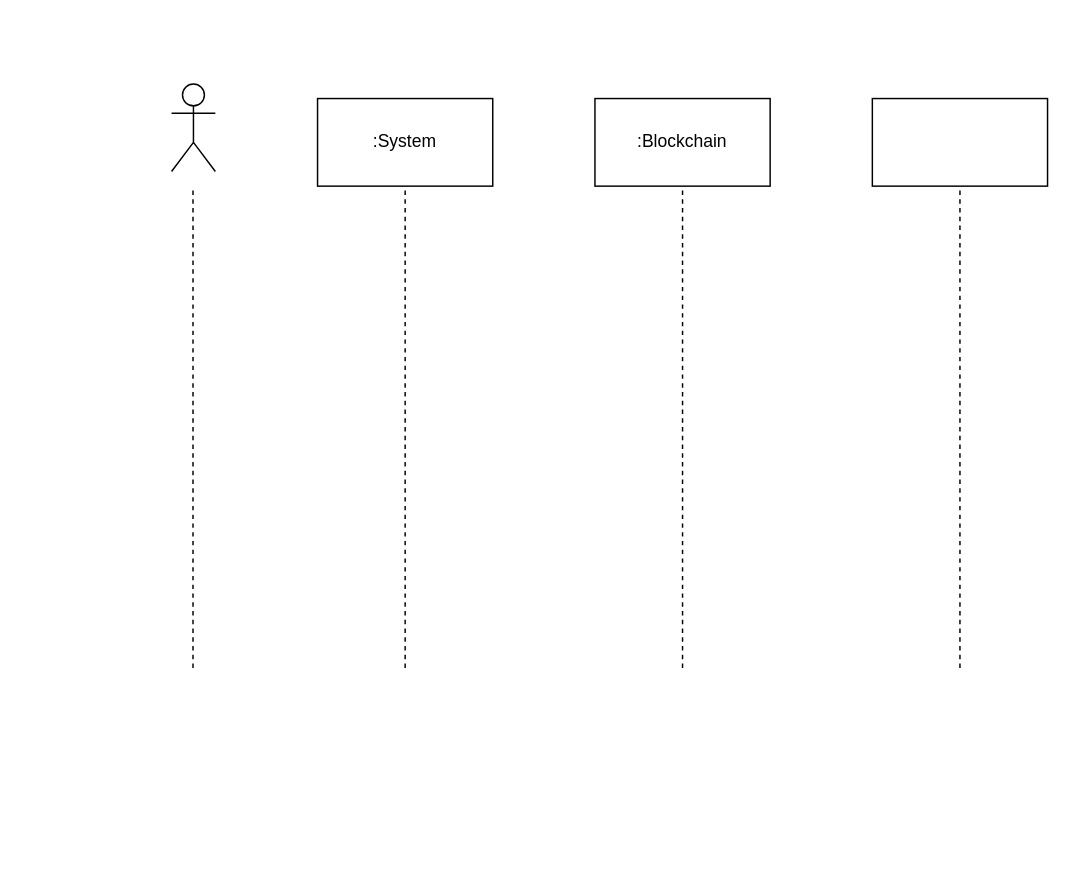
Earlier version of the draw.io diagram Source/Sequences Diagram.drawio (xdayeh/Modeling-software-v2). Source tidied: cells renumbered, new cells numbered last; positions are measured from the earlier drawing's top-left corner, leaving out a move shared by most shapes. Both pictures are drawn from the tidied source at 146%, with x=0, y=0 at pixel (171, 83).
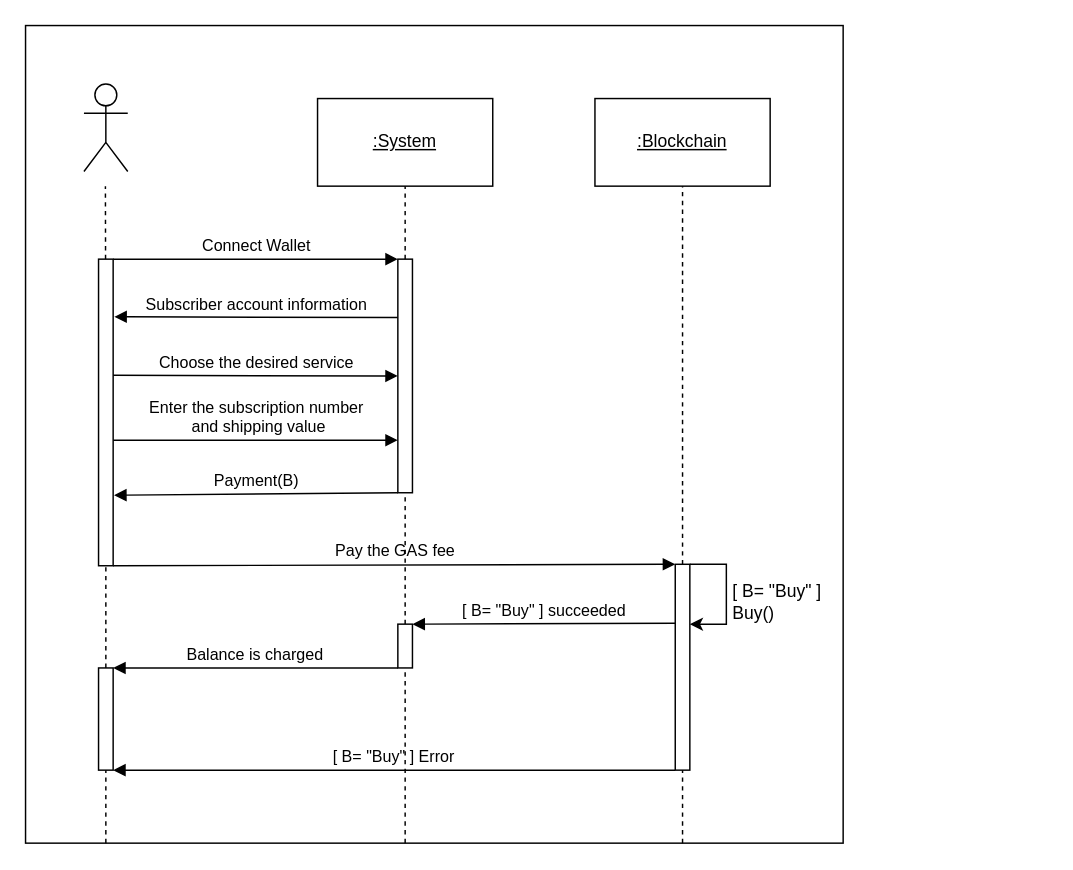
The same page after the edit.

What changed in the source:
```diff
@@
+    <mxCell id="10" style="rounded=0;whiteSpace=wrap;html=1;" parent="1" vertex="1">
+      <mxGeometry x="-100" y="-40" width="560" height="560" as="geometry" />
+    </mxCell>
     <mxCell id="2" style="shape=umlActor;verticalLabelPosition=bottom;verticalAlign=top;html=1;" parent="1" vertex="1">
-      <mxGeometry width="30" height="60" as="geometry" />
+      <mxGeometry x="-60" width="30" height="60" as="geometry" />
     </mxCell>
-    <mxCell id="3" value=":System" style="rounded=0;whiteSpace=wrap;html=1;" parent="1" vertex="1">
+    <mxCell id="3" value="&lt;u&gt;:System&lt;/u&gt;" style="rounded=0;whiteSpace=wrap;html=1;" parent="1" vertex="1">
       <mxGeometry x="100" y="10" width="120" height="60" as="geometry" />
     </mxCell>
-    <mxCell id="4" value=":Blockchain" style="rounded=0;whiteSpace=wrap;html=1;" parent="1" vertex="1">
+    <mxCell id="4" value="&lt;u&gt;:Blockchain&lt;/u&gt;" style="rounded=0;whiteSpace=wrap;html=1;" parent="1" vertex="1">
       <mxGeometry x="290" y="10" width="120" height="60" as="geometry" />
     </mxCell>
-    <mxCell id="5" style="rounded=0;whiteSpace=wrap;html=1;" parent="1" vertex="1">
-      <mxGeometry x="480" y="10" width="120" height="60" as="geometry" />
-    </mxCell>
-    <mxCell id="6" style="endArrow=none;dashed=1;html=1;rounded=0;entryX=0.5;entryY=1;entryDx=0;entryDy=0;" parent="1" edge="1" target="3">
-      <mxGeometry relative="1" as="geometry">
-        <mxPoint x="160" y="400" as="sourcePoint" />
-      </mxGeometry>
-    </mxCell>
-    <mxCell id="7" style="endArrow=none;dashed=1;html=1;rounded=0;entryX=0.5;entryY=1;entryDx=0;entryDy=0;" parent="1" edge="1" target="4">
-      <mxGeometry relative="1" as="geometry">
-        <mxPoint x="350" y="400" as="sourcePoint" />
-      </mxGeometry>
-    </mxCell>
-    <mxCell id="8" style="endArrow=none;dashed=1;html=1;rounded=0;entryX=0.5;entryY=1;entryDx=0;entryDy=0;" parent="1" edge="1" target="5">
-      <mxGeometry relative="1" as="geometry">
-        <mxPoint x="540" y="400" as="sourcePoint" />
-      </mxGeometry>
-    </mxCell>
-    <mxCell id="9" style="endArrow=none;dashed=1;html=1;rounded=0;entryX=0.5;entryY=1;entryDx=0;entryDy=0;" parent="1" edge="1">
-      <mxGeometry relative="1" as="geometry">
-        <mxPoint x="14.7" y="400" as="sourcePoint" />
-        <mxPoint x="14.7" y="70" as="targetPoint" />
-      </mxGeometry>
-    </mxCell>
+    <mxCell id="11" style="endArrow=none;dashed=1;html=1;rounded=0;entryX=0.5;entryY=1;entryDx=0;entryDy=0;startArrow=none;" parent="1" edge="1" target="3">
+      <mxGeometry relative="1" as="geometry">
+        <mxPoint x="160" y="120" as="sourcePoint" />
+      </mxGeometry>
+    </mxCell>
+    <mxCell id="12" style="endArrow=none;dashed=1;html=1;rounded=0;entryX=0.5;entryY=1;entryDx=0;entryDy=0;startArrow=none;" parent="1" edge="1" source="30" target="4">
+      <mxGeometry relative="1" as="geometry" />
+    </mxCell>
+    <mxCell id="13" style="endArrow=none;dashed=1;html=1;rounded=0;entryX=0.5;entryY=1;entryDx=0;entryDy=0;startArrow=none;" parent="1" edge="1" source="20">
+      <mxGeometry relative="1" as="geometry">
+        <mxPoint x="-45.3" y="70" as="targetPoint" />
+      </mxGeometry>
+    </mxCell>
+    <mxCell id="14" value="Choose the desired service" style="html=1;verticalAlign=bottom;endArrow=block;rounded=0;exitX=0.957;exitY=0.379;exitDx=0;exitDy=0;exitPerimeter=0;entryX=0;entryY=0.5;entryDx=0;entryDy=0;" parent="1" edge="1" source="20" target="28">
+      <mxGeometry relative="1" as="geometry" />
+    </mxCell>
+    <mxCell id="15" value="Subscriber account information" style="html=1;verticalAlign=bottom;endArrow=block;rounded=0;exitX=0;exitY=1;exitDx=0;exitDy=0;entryX=1.079;entryY=0.188;entryDx=0;entryDy=0;entryPerimeter=0;" parent="1" edge="1" target="20">
+      <mxGeometry relative="1" as="geometry">
+        <mxPoint x="155" y="160" as="sourcePoint" />
+      </mxGeometry>
+    </mxCell>
+    <mxCell id="16" value="Enter the subscription number&lt;br&gt;&amp;nbsp;and shipping value" style="html=1;verticalAlign=bottom;endArrow=block;rounded=0;entryX=0;entryY=0.775;entryDx=0;entryDy=0;entryPerimeter=0;" parent="1" edge="1" target="28">
+      <mxGeometry relative="1" as="geometry">
+        <mxPoint x="-40" y="244" as="sourcePoint" />
+      </mxGeometry>
+    </mxCell>
+    <mxCell id="17" value="Payment(B)" style="html=1;verticalAlign=bottom;endArrow=block;rounded=0;exitX=0;exitY=1;exitDx=0;exitDy=0;entryX=1.064;entryY=0.77;entryDx=0;entryDy=0;entryPerimeter=0;" parent="1" edge="1" source="28" target="20">
+      <mxGeometry relative="1" as="geometry" />
+    </mxCell>
+    <mxCell id="18" value="Pay the GAS fee" style="html=1;verticalAlign=bottom;endArrow=block;rounded=0;exitX=1;exitY=1;exitDx=0;exitDy=0;entryX=0;entryY=0;entryDx=0;entryDy=0;" parent="1" edge="1" source="20" target="30">
+      <mxGeometry relative="1" as="geometry" />
+    </mxCell>
+    <mxCell id="19" value="Connect Wallet" style="html=1;verticalAlign=bottom;endArrow=block;rounded=0;entryX=0;entryY=0;entryDx=0;entryDy=0;" parent="1" edge="1">
+      <mxGeometry relative="1" as="geometry">
+        <mxPoint x="-40" y="120" as="sourcePoint" />
+        <mxPoint x="155" y="120" as="targetPoint" />
+      </mxGeometry>
+    </mxCell>
+    <mxCell id="20" style="rounded=0;whiteSpace=wrap;html=1;" parent="1" vertex="1">
+      <mxGeometry x="-50" y="120" width="10" height="210" as="geometry" />
+    </mxCell>
+    <mxCell id="21" style="endArrow=none;dashed=1;html=1;rounded=0;entryX=0.5;entryY=1;entryDx=0;entryDy=0;startArrow=none;" parent="1" edge="1" source="33" target="20">
+      <mxGeometry relative="1" as="geometry" />
+    </mxCell>
+    <mxCell id="22" style="endArrow=classic;html=1;rounded=0;exitX=1;exitY=0;exitDx=0;exitDy=0;" parent="1" edge="1" source="30">
+      <mxGeometry relative="1" as="geometry">
+        <mxPoint x="355" y="370" as="targetPoint" />
+        <Array as="points">
+          <mxPoint x="380" y="329" />
+          <mxPoint x="380" y="370" />
+        </Array>
+      </mxGeometry>
+    </mxCell>
+    <mxCell id="23" value="[ B= &quot;Buy&quot; ]&lt;br&gt;&lt;div style=&quot;text-align: left&quot;&gt;&lt;span&gt;Buy()&lt;/span&gt;&lt;/div&gt;" style="text;html=1;strokeColor=none;fillColor=none;align=center;verticalAlign=middle;whiteSpace=wrap;rounded=0;" parent="1" vertex="1">
+      <mxGeometry x="380" y="340" width="70" height="30" as="geometry" />
+    </mxCell>
+    <mxCell id="24" value="[ B= &quot;Buy&quot; ]&amp;nbsp;succeeded" style="html=1;verticalAlign=bottom;endArrow=block;rounded=0;exitX=-0.004;exitY=0.286;exitDx=0;exitDy=0;entryX=1;entryY=0;entryDx=0;entryDy=0;exitPerimeter=0;" parent="1" edge="1" source="30" target="32">
+      <mxGeometry relative="1" as="geometry" />
+    </mxCell>
+    <mxCell id="25" value="Balance is charged" style="html=1;verticalAlign=bottom;endArrow=block;rounded=0;entryX=1;entryY=0;entryDx=0;entryDy=0;exitX=0;exitY=1;exitDx=0;exitDy=0;" parent="1" edge="1" source="32" target="33">
+      <mxGeometry relative="1" as="geometry" />
+    </mxCell>
+    <mxCell id="26" value="[ B= &quot;Buy&quot; ]&amp;nbsp;Error" style="html=1;verticalAlign=bottom;endArrow=block;rounded=0;exitX=0;exitY=1;exitDx=0;exitDy=0;entryX=1;entryY=1;entryDx=0;entryDy=0;" parent="1" edge="1" source="30" target="33">
+      <mxGeometry relative="1" as="geometry" />
+    </mxCell>
+    <mxCell id="27" style="endArrow=none;dashed=1;html=1;rounded=0;entryX=0.5;entryY=1;entryDx=0;entryDy=0;startArrow=none;" parent="1" edge="1" source="28">
+      <mxGeometry relative="1" as="geometry">
+        <mxPoint x="160" y="160" as="targetPoint" />
+      </mxGeometry>
+    </mxCell>
+    <mxCell id="28" style="rounded=0;whiteSpace=wrap;html=1;" parent="1" vertex="1">
+      <mxGeometry x="155" y="120" width="10" height="160" as="geometry" />
+    </mxCell>
+    <mxCell id="29" style="endArrow=none;dashed=1;html=1;rounded=0;entryX=0.5;entryY=1;entryDx=0;entryDy=0;startArrow=none;" parent="1" edge="1" target="28">
+      <mxGeometry relative="1" as="geometry">
+        <mxPoint x="160" y="520" as="sourcePoint" />
+      </mxGeometry>
+    </mxCell>
+    <mxCell id="30" style="rounded=0;whiteSpace=wrap;html=1;" parent="1" vertex="1">
+      <mxGeometry x="345" y="329" width="10" height="141" as="geometry" />
+    </mxCell>
+    <mxCell id="31" style="endArrow=none;dashed=1;html=1;rounded=0;entryX=0.5;entryY=1;entryDx=0;entryDy=0;startArrow=none;" parent="1" edge="1" target="30">
+      <mxGeometry relative="1" as="geometry">
+        <mxPoint x="350" y="520" as="sourcePoint" />
+      </mxGeometry>
+    </mxCell>
+    <mxCell id="32" style="rounded=0;whiteSpace=wrap;html=1;" parent="1" vertex="1">
+      <mxGeometry x="155" y="370" width="10" height="30" as="geometry" />
+    </mxCell>
+    <mxCell id="33" style="rounded=0;whiteSpace=wrap;html=1;" parent="1" vertex="1">
+      <mxGeometry x="-50" y="400" width="10" height="70" as="geometry" />
+    </mxCell>
+    <mxCell id="34" style="endArrow=none;dashed=1;html=1;rounded=0;entryX=0.5;entryY=1;entryDx=0;entryDy=0;" parent="1" edge="1" target="33">
+      <mxGeometry relative="1" as="geometry">
+        <mxPoint x="-45" y="520" as="sourcePoint" />
+      </mxGeometry>
+    </mxCell>
```
